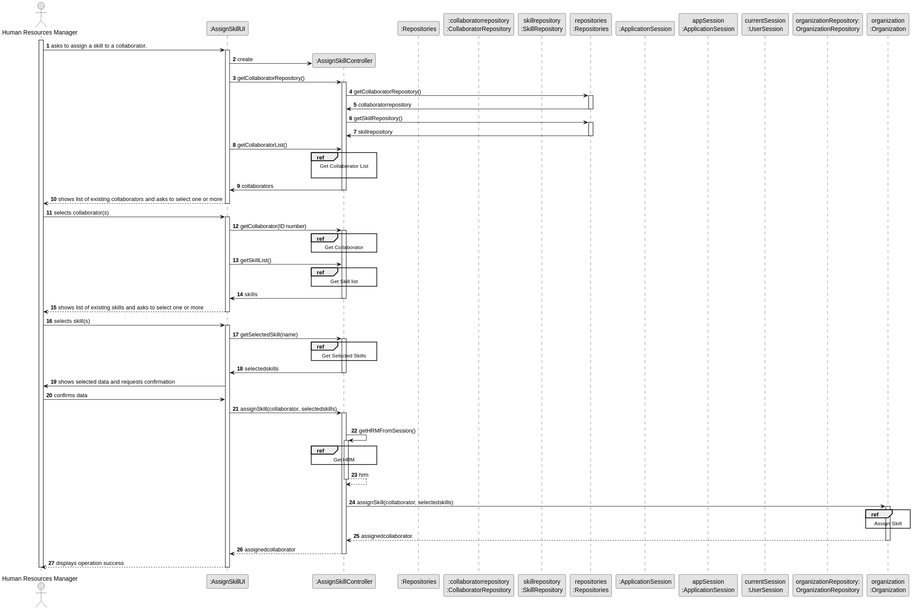
tiagosoa/lei-24-s2-1dgh-g073 keeps this PlantUML diagram as docs/sprint2/us004/03.design/svg/us004-sequence-diagram-split.svg. Above is the earlier version.
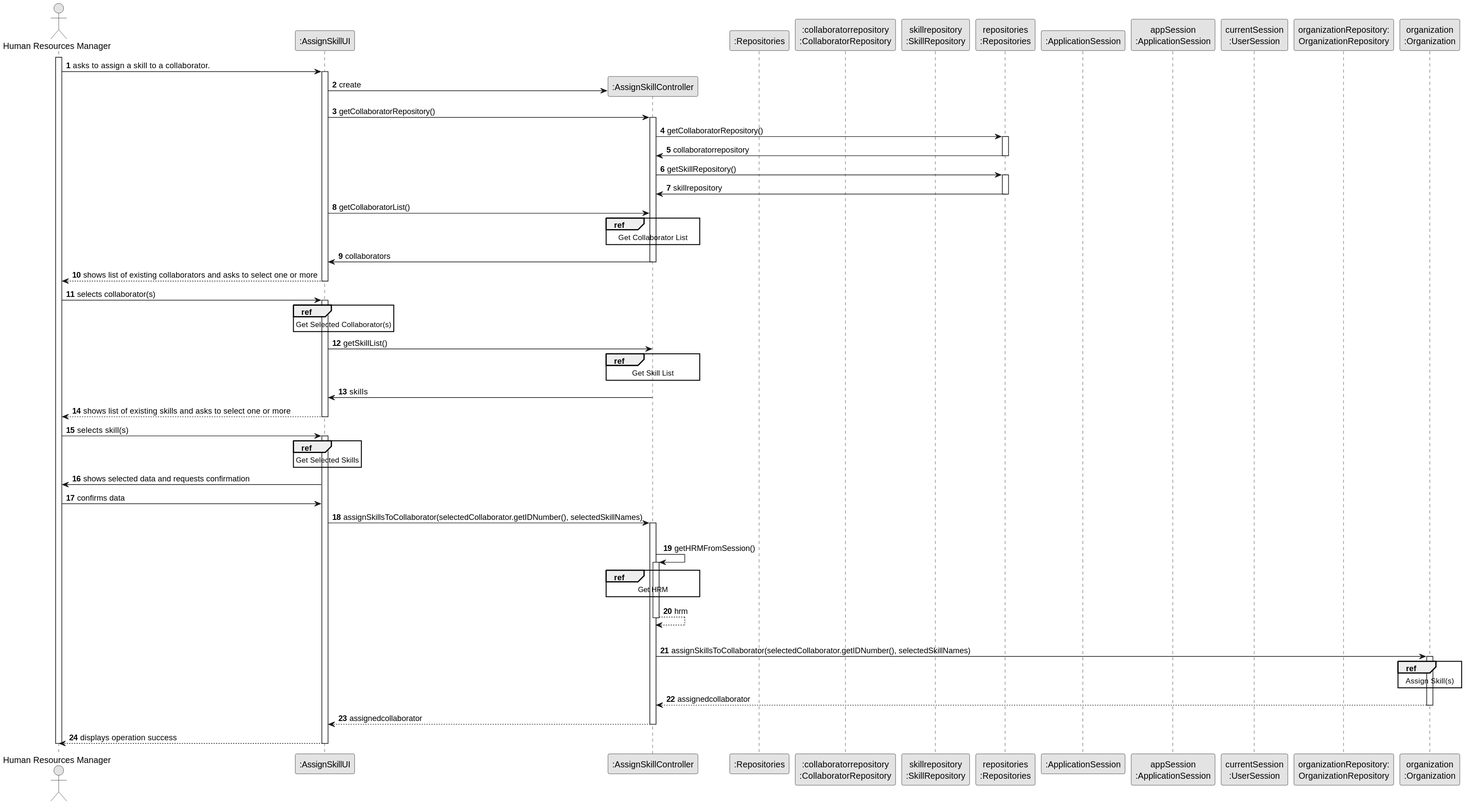
The same diagram one commit later.

What changed in the source:
```diff
@@ -41,10 +41,9 @@
                                      PLAT -> CTRL : skillrepository
                                      deactivate PLAT
 
-        UI -> CTRL: getCollaboratorList()
+            UI -> CTRL: getCollaboratorList()
         ref over CTRL
         Get Collaborator List
-
         end
 
         CTRL -> UI: collaborators
@@ -56,18 +55,14 @@
     ADM -> UI : selects collaborator(s)
     activate UI
 
+        ref over UI
+        Get Selected Collaborator(s)
+        end
 
-
-        UI -> CTRL : getCollaborator(ID number)
-        activate CTRL
-
-        ref over CTRL
-        Get Collaborator
-        end
 
             UI -> CTRL: getSkillList()
         ref over CTRL
-        Get Skill list
+        Get Skill List
         end
 
         CTRL -> UI: skills
@@ -81,22 +76,17 @@
    ADM -> UI : selects skill(s)
    activate UI
 
-        UI -> CTRL : getSelectedSkill(name)
-        activate CTRL
-
-        ref over CTRL
+        ref over UI
         Get Selected Skills
         end
 
-        CTRL -> UI : selectedskills
-        deactivate CTRL
 
 
    UI -> ADM : shows selected data and requests confirmation
 
    ADM -> UI : confirms data
 
-   UI -> CTRL : assignSkill(collaborator, selectedskills)
+   UI -> CTRL: assignSkillsToCollaborator(selectedCollaborator.getIDNumber(), selectedSkillNames)
    activate CTRL
 
 
@@ -104,22 +94,22 @@
             CTRL -> CTRL : getHRMFromSession()
             activate CTRL
 
-                ref over CTRL
-                Get HRM
-                end
+            ref over CTRL
+            Get HRM
+            end
 
                 CTRL --> CTRL : hrm
             deactivate CTRL
 
             |||
-            CTRL -> ORG: assignSkill(collaborator, selectedskills)
+            CTRL -> ORG: assignSkillsToCollaborator(selectedCollaborator.getIDNumber(), selectedSkillNames)
             activate ORG
 
 
 
-            ref over ORG
-            Assign Skill
-            end
+                    ref over ORG
+                    Assign Skill(s)
+                    end
 
                 ORG --> CTRL : assignedcollaborator
 
```
